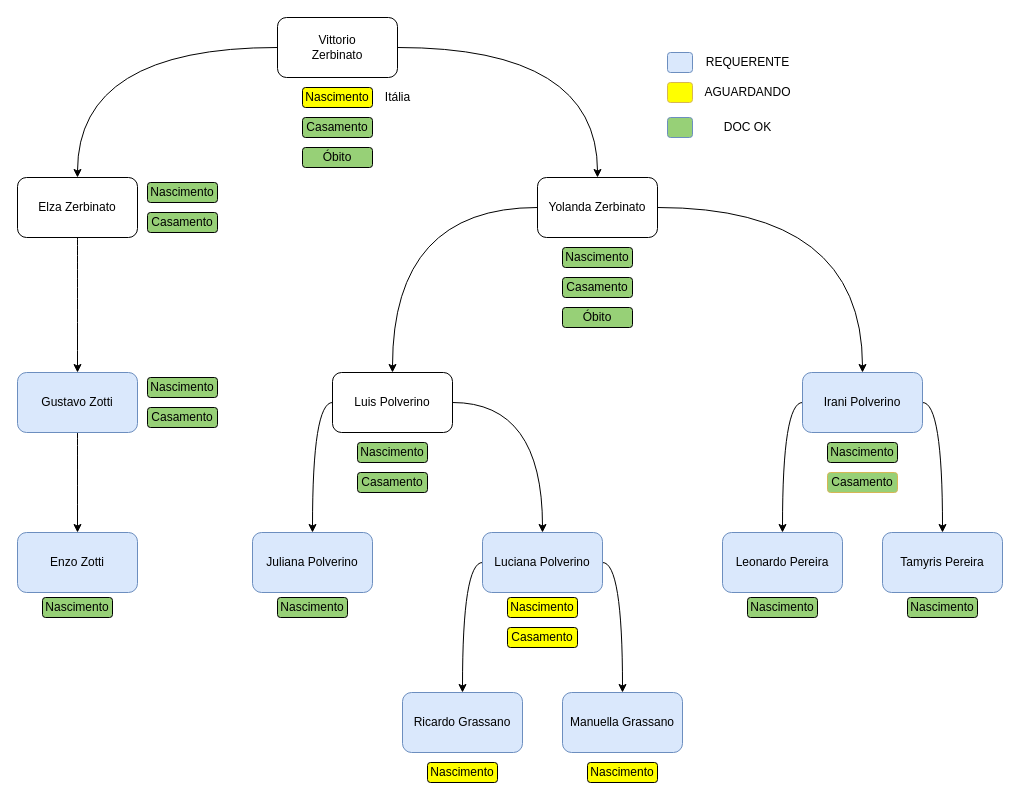
This is page "Página-1" (1 of 2) of familia.drawio from leo-odilon/draw.io, a draw.io file, before an edit. Source tidied: cells renumbered, new cells numbered last; positions are measured from the earlier drawing's top-left corner, leaving out a move shared by most shapes. Both pictures are drawn from the tidied source at 100%, with x=0, y=0 at pixel (17, 17).
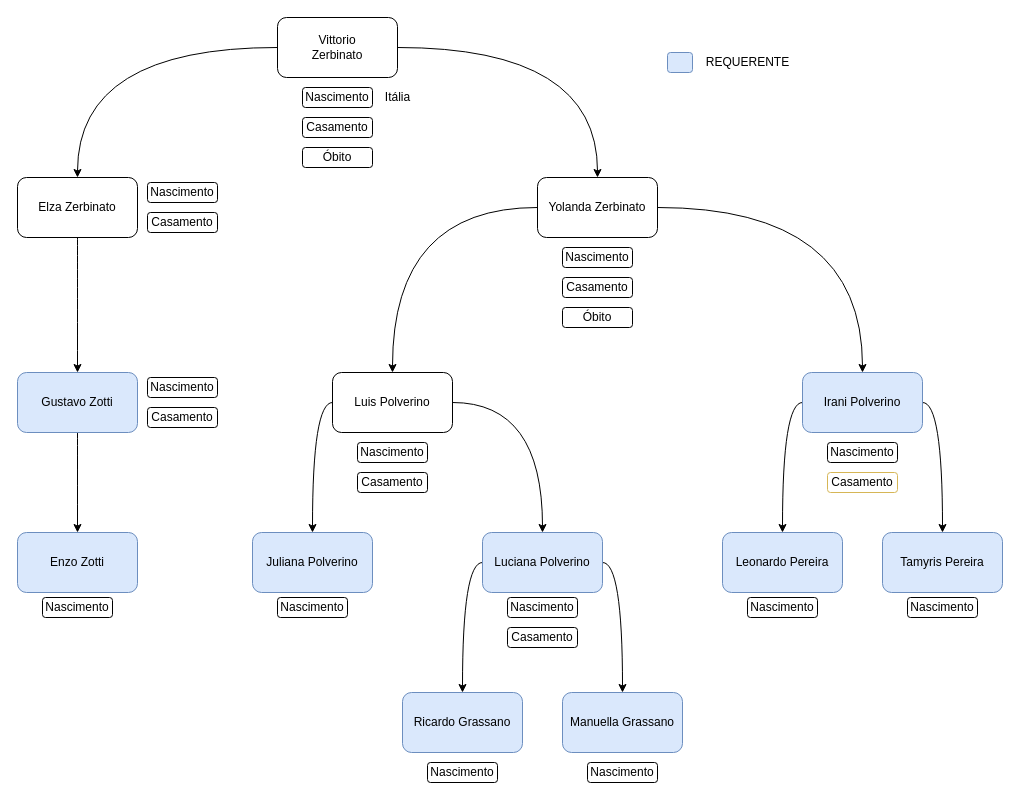
The same page after the edit.

What changed in the source:
```diff
@@
-    <mxCell id="27" value="Nascimento" style="rounded=1;whiteSpace=wrap;html=1;fillColor=#FFFF00;" parent="1" vertex="1">
+    <mxCell id="27" value="Nascimento" style="rounded=1;whiteSpace=wrap;html=1;fillColor=none;" parent="1" vertex="1">
       <mxGeometry x="285" y="70" width="70" height="20" as="geometry" />
     </mxCell>
-    <mxCell id="28" value="Casamento" style="rounded=1;whiteSpace=wrap;html=1;fillColor=#97D077;" parent="1" vertex="1">
+    <mxCell id="28" value="Casamento" style="rounded=1;whiteSpace=wrap;html=1;fillColor=none;" parent="1" vertex="1">
       <mxGeometry x="285" y="100" width="70" height="20" as="geometry" />
     </mxCell>
-    <mxCell id="29" value="Óbito" style="rounded=1;whiteSpace=wrap;html=1;fillColor=#97D077;strokeColor=default;align=center;verticalAlign=middle;fontFamily=Helvetica;fontSize=12;fontColor=default;" parent="1" vertex="1">
+    <mxCell id="29" value="Óbito" style="rounded=1;whiteSpace=wrap;html=1;fillColor=none;strokeColor=default;align=center;verticalAlign=middle;fontFamily=Helvetica;fontSize=12;fontColor=default;" parent="1" vertex="1">
       <mxGeometry x="285" y="130" width="70" height="20" as="geometry" />
     </mxCell>
-    <mxCell id="30" value="Nascimento" style="rounded=1;whiteSpace=wrap;html=1;fillColor=#97D077;strokeColor=default;align=center;verticalAlign=middle;fontFamily=Helvetica;fontSize=12;fontColor=default;" parent="1" vertex="1">
+    <mxCell id="30" value="Nascimento" style="rounded=1;whiteSpace=wrap;html=1;fillColor=none;strokeColor=default;align=center;verticalAlign=middle;fontFamily=Helvetica;fontSize=12;fontColor=default;" parent="1" vertex="1">
       <mxGeometry x="545" y="230" width="70" height="20" as="geometry" />
     </mxCell>
-    <mxCell id="31" value="Casamento" style="rounded=1;whiteSpace=wrap;html=1;fillColor=#97D077;strokeColor=default;align=center;verticalAlign=middle;fontFamily=Helvetica;fontSize=12;fontColor=default;" parent="1" vertex="1">
+    <mxCell id="31" value="Casamento" style="rounded=1;whiteSpace=wrap;html=1;fillColor=none;strokeColor=default;align=center;verticalAlign=middle;fontFamily=Helvetica;fontSize=12;fontColor=default;" parent="1" vertex="1">
       <mxGeometry x="545" y="260" width="70" height="20" as="geometry" />
     </mxCell>
-    <mxCell id="32" value="Óbito" style="rounded=1;whiteSpace=wrap;html=1;fillColor=#97D077;" parent="1" vertex="1">
+    <mxCell id="32" value="Óbito" style="rounded=1;whiteSpace=wrap;html=1;fillColor=none;" parent="1" vertex="1">
       <mxGeometry x="545" y="290" width="70" height="20" as="geometry" />
     </mxCell>
-    <mxCell id="33" value="Nascimento" style="rounded=1;whiteSpace=wrap;html=1;fillColor=#97D077;" parent="1" vertex="1">
+    <mxCell id="33" value="Nascimento" style="rounded=1;whiteSpace=wrap;html=1;fillColor=none;" parent="1" vertex="1">
       <mxGeometry x="730" y="580" width="70" height="20" as="geometry" />
     </mxCell>
-    <mxCell id="34" value="Nascimento" style="rounded=1;whiteSpace=wrap;html=1;fillColor=#97D077;" parent="1" vertex="1">
+    <mxCell id="34" value="Nascimento" style="rounded=1;whiteSpace=wrap;html=1;fillColor=none;" parent="1" vertex="1">
       <mxGeometry x="890" y="580" width="70" height="20" as="geometry" />
     </mxCell>
-    <mxCell id="35" value="Nascimento" style="rounded=1;whiteSpace=wrap;html=1;strokeColor=default;align=center;verticalAlign=middle;fontFamily=Helvetica;fontSize=12;fontColor=default;fillColor=#FFFF00;" parent="1" vertex="1">
+    <mxCell id="35" value="Nascimento" style="rounded=1;whiteSpace=wrap;html=1;strokeColor=default;align=center;verticalAlign=middle;fontFamily=Helvetica;fontSize=12;fontColor=default;fillColor=none;" parent="1" vertex="1">
       <mxGeometry x="570" y="745" width="70" height="20" as="geometry" />
     </mxCell>
-    <mxCell id="36" value="Nascimento" style="rounded=1;whiteSpace=wrap;html=1;strokeColor=default;align=center;verticalAlign=middle;fontFamily=Helvetica;fontSize=12;fontColor=default;fillColor=#FFFF00;" parent="1" vertex="1">
+    <mxCell id="36" value="Nascimento" style="rounded=1;whiteSpace=wrap;html=1;strokeColor=default;align=center;verticalAlign=middle;fontFamily=Helvetica;fontSize=12;fontColor=default;fillColor=none;" parent="1" vertex="1">
       <mxGeometry x="410" y="745" width="70" height="20" as="geometry" />
     </mxCell>
-    <mxCell id="37" value="Nascimento" style="rounded=1;whiteSpace=wrap;html=1;fillColor=#97D077;" parent="1" vertex="1">
+    <mxCell id="37" value="Nascimento" style="rounded=1;whiteSpace=wrap;html=1;fillColor=none;" parent="1" vertex="1">
       <mxGeometry x="260" y="580" width="70" height="20" as="geometry" />
     </mxCell>
-    <mxCell id="38" value="Nascimento" style="rounded=1;whiteSpace=wrap;html=1;fillColor=#97D077;" parent="1" vertex="1">
+    <mxCell id="38" value="Nascimento" style="rounded=1;whiteSpace=wrap;html=1;fillColor=none;" parent="1" vertex="1">
       <mxGeometry x="25" y="580" width="70" height="20" as="geometry" />
     </mxCell>
-    <mxCell id="39" value="Nascimento" style="rounded=1;whiteSpace=wrap;html=1;fillColor=#97D077;strokeColor=default;align=center;verticalAlign=middle;fontFamily=Helvetica;fontSize=12;fontColor=default;" parent="1" vertex="1">
+    <mxCell id="39" value="Nascimento" style="rounded=1;whiteSpace=wrap;html=1;fillColor=none;strokeColor=default;align=center;verticalAlign=middle;fontFamily=Helvetica;fontSize=12;fontColor=default;" parent="1" vertex="1">
       <mxGeometry x="810" y="425" width="70" height="20" as="geometry" />
     </mxCell>
-    <mxCell id="40" value="Casamento" style="rounded=1;whiteSpace=wrap;html=1;fillColor=#97D077;strokeColor=#d6b656;" parent="1" vertex="1">
+    <mxCell id="40" value="Casamento" style="rounded=1;whiteSpace=wrap;html=1;fillColor=none;strokeColor=#d6b656;" parent="1" vertex="1">
       <mxGeometry x="810" y="455" width="70" height="20" as="geometry" />
     </mxCell>
-    <mxCell id="41" value="Nascimento" style="rounded=1;whiteSpace=wrap;html=1;fillColor=#97D077;strokeColor=default;align=center;verticalAlign=middle;fontFamily=Helvetica;fontSize=12;fontColor=default;" parent="1" vertex="1">
+    <mxCell id="41" value="Nascimento" style="rounded=1;whiteSpace=wrap;html=1;fillColor=none;strokeColor=default;align=center;verticalAlign=middle;fontFamily=Helvetica;fontSize=12;fontColor=default;" parent="1" vertex="1">
       <mxGeometry x="340" y="425" width="70" height="20" as="geometry" />
     </mxCell>
-    <mxCell id="42" value="Casamento" style="rounded=1;whiteSpace=wrap;html=1;fillColor=#97D077;" parent="1" vertex="1">
+    <mxCell id="42" value="Casamento" style="rounded=1;whiteSpace=wrap;html=1;fillColor=none;" parent="1" vertex="1">
       <mxGeometry x="340" y="455" width="70" height="20" as="geometry" />
     </mxCell>
-    <mxCell id="43" value="Nascimento" style="rounded=1;whiteSpace=wrap;html=1;strokeColor=default;align=center;verticalAlign=middle;fontFamily=Helvetica;fontSize=12;fontColor=default;fillColor=#FFFF00;" parent="1" vertex="1">
+    <mxCell id="43" value="Nascimento" style="rounded=1;whiteSpace=wrap;html=1;strokeColor=default;align=center;verticalAlign=middle;fontFamily=Helvetica;fontSize=12;fontColor=default;fillColor=none;" parent="1" vertex="1">
       <mxGeometry x="490" y="580" width="70" height="20" as="geometry" />
     </mxCell>
-    <mxCell id="44" value="Casamento" style="rounded=1;whiteSpace=wrap;html=1;strokeColor=default;align=center;verticalAlign=middle;fontFamily=Helvetica;fontSize=12;fontColor=default;fillColor=#FFFF00;" parent="1" vertex="1">
+    <mxCell id="44" value="Casamento" style="rounded=1;whiteSpace=wrap;html=1;strokeColor=default;align=center;verticalAlign=middle;fontFamily=Helvetica;fontSize=12;fontColor=default;fillColor=none;" parent="1" vertex="1">
       <mxGeometry x="490" y="610" width="70" height="20" as="geometry" />
     </mxCell>
-    <mxCell id="45" value="Nascimento" style="rounded=1;whiteSpace=wrap;html=1;fillColor=#97D077;" parent="1" vertex="1">
+    <mxCell id="45" value="Nascimento" style="rounded=1;whiteSpace=wrap;html=1;fillColor=none;" parent="1" vertex="1">
       <mxGeometry x="130" y="165" width="70" height="20" as="geometry" />
     </mxCell>
-    <mxCell id="46" value="Casamento" style="rounded=1;whiteSpace=wrap;html=1;fillColor=#97D077;" parent="1" vertex="1">
+    <mxCell id="46" value="Casamento" style="rounded=1;whiteSpace=wrap;html=1;fillColor=none;" parent="1" vertex="1">
       <mxGeometry x="130" y="195" width="70" height="20" as="geometry" />
     </mxCell>
-    <mxCell id="47" value="Nascimento" style="rounded=1;whiteSpace=wrap;html=1;fillColor=#97D077;" parent="1" vertex="1">
+    <mxCell id="47" value="Nascimento" style="rounded=1;whiteSpace=wrap;html=1;fillColor=none;" parent="1" vertex="1">
       <mxGeometry x="130" y="360" width="70" height="20" as="geometry" />
     </mxCell>
-    <mxCell id="48" value="Casamento" style="rounded=1;whiteSpace=wrap;html=1;fillColor=#97D077;" parent="1" vertex="1">
+    <mxCell id="48" value="Casamento" style="rounded=1;whiteSpace=wrap;html=1;fillColor=none;" parent="1" vertex="1">
       <mxGeometry x="130" y="390" width="70" height="20" as="geometry" />
     </mxCell>
@@
-    <mxCell id="52" style="whiteSpace=wrap;html=1;rounded=1;strokeColor=#d6b656;align=center;verticalAlign=middle;fontFamily=Helvetica;fontSize=12;fillColor=#FFFF00;" parent="1" vertex="1">
-      <mxGeometry x="650" y="65" width="25" height="20" as="geometry" />
-    </mxCell>
-    <mxCell id="53" value="AGUARDANDO" style="text;html=1;align=center;verticalAlign=middle;strokeColor=none;fillColor=none;" parent="1" vertex="1">
-      <mxGeometry x="675" y="60" width="110" height="30" as="geometry" />
-    </mxCell>
-    <mxCell id="54" style="whiteSpace=wrap;html=1;rounded=1;strokeColor=#6c8ebf;align=center;verticalAlign=middle;fontFamily=Helvetica;fontSize=12;fillColor=#97D077;fontColor=default;" parent="1" vertex="1">
-      <mxGeometry x="650" y="100" width="25" height="20" as="geometry" />
-    </mxCell>
-    <mxCell id="55" value="DOC OK" style="text;html=1;align=center;verticalAlign=middle;strokeColor=none;fillColor=none;" parent="1" vertex="1">
-      <mxGeometry x="695" y="95" width="70" height="30" as="geometry" />
-    </mxCell>
```
